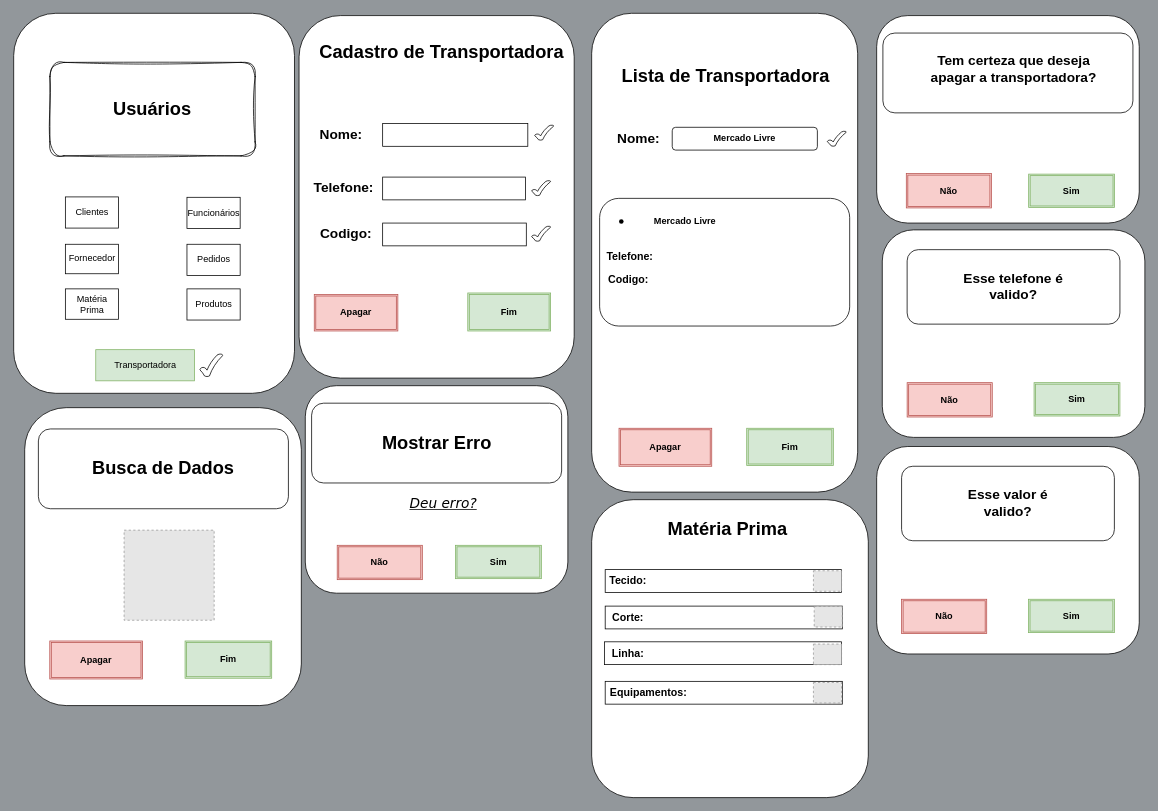
This is page "Página-14" (14 of 14) of DOC/FLUXOGRAMA.DRAWIO from jeangustavoo/diagrama, a draw.io file, before an edit. Source tidied: cells renumbered, new cells numbered last; positions are measured from the earlier drawing's top-left corner, leaving out a move shared by most shapes. Both pictures are drawn from the tidied source at 76%, with x=0, y=0 at pixel (13, 13). Pictures stored in the file or linked from it are replaced by grey dashed boxes.
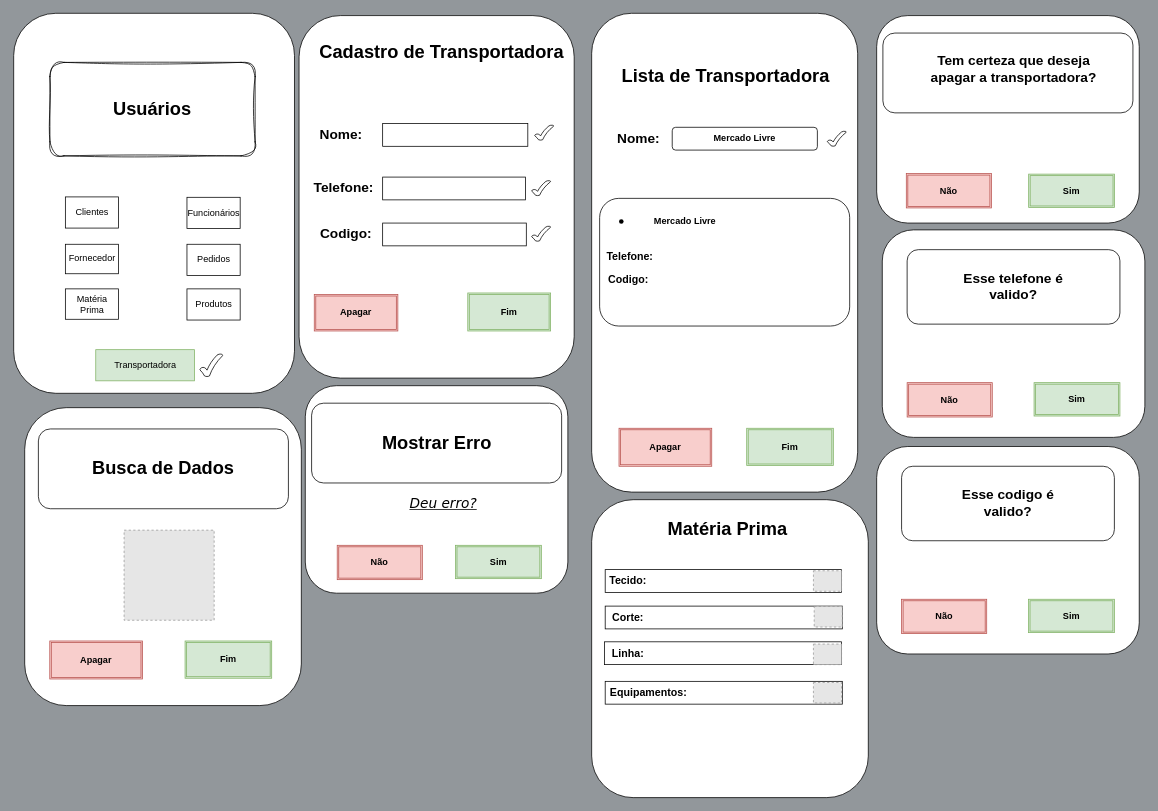
Above is the later version.

What changed in the source:
```diff
@@
-    <mxCell id="77" value="&lt;font style=&quot;font-size: 18px;&quot;&gt;&lt;b&gt;Esse valor&amp;nbsp;&lt;/b&gt;&lt;b&gt;é valido?&lt;/b&gt;&lt;/font&gt;" style="text;html=1;align=center;verticalAlign=middle;whiteSpace=wrap;rounded=0;" parent="1" vertex="1">
+    <mxCell id="77" value="&lt;font style=&quot;font-size: 18px;&quot;&gt;&lt;b&gt;Esse codigo&amp;nbsp;&lt;/b&gt;&lt;b&gt;é valido?&lt;/b&gt;&lt;/font&gt;" style="text;html=1;align=center;verticalAlign=middle;whiteSpace=wrap;rounded=0;" parent="1" vertex="1">
       <mxGeometry x="1239.8" y="630" width="138" height="30" as="geometry" />
     </mxCell>
```
